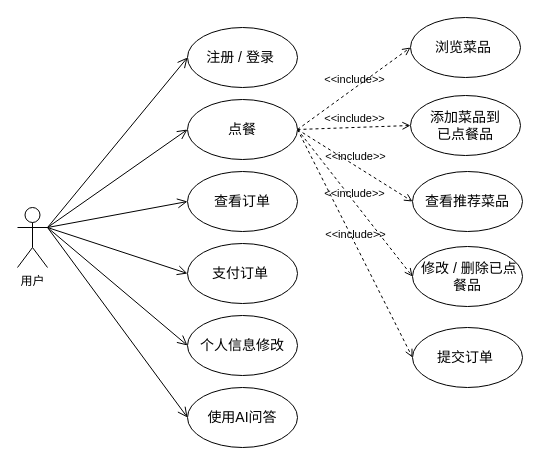
Above: page "用户用例图" (6 of 18) of main.drawio in bzerozero7/test (draw.io), before the change. Source tidied: cells renumbered, new cells numbered last; positions are measured from the earlier drawing's top-left corner, leaving out a move shared by most shapes. Both pictures are drawn from the tidied source at 100%, with x=0, y=0 at pixel (17, 17).
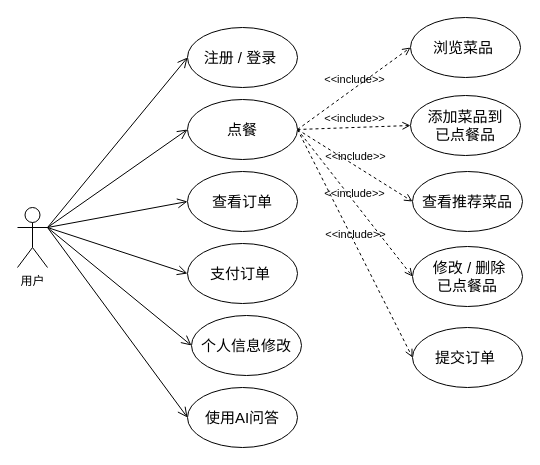
After the change.

Diff of the diagram source:
```diff
@@
-    <mxCell id="3" value="&lt;div&gt;&lt;span style=&quot;background-color: transparent; color: light-dark(rgb(0, 0, 0), rgb(255, 255, 255));&quot;&gt;&lt;font style=&quot;font-size: 14px;&quot;&gt;添加菜品到&lt;/font&gt;&lt;/span&gt;&lt;/div&gt;&lt;div&gt;&lt;span style=&quot;background-color: transparent; color: light-dark(rgb(0, 0, 0), rgb(255, 255, 255));&quot;&gt;&lt;font style=&quot;font-size: 14px;&quot;&gt;已点餐品&lt;/font&gt;&lt;/span&gt;&lt;/div&gt;" style="ellipse;whiteSpace=wrap;html=1;flipV=0;flipH=0;" parent="1" vertex="1">
+    <mxCell id="3" value="&lt;div&gt;&lt;span style=&quot;background-color: transparent; color: light-dark(rgb(0, 0, 0), rgb(255, 255, 255));&quot;&gt;&lt;font style=&quot;font-size: 15px;&quot;&gt;添加菜品到&lt;/font&gt;&lt;/span&gt;&lt;/div&gt;&lt;div&gt;&lt;span style=&quot;background-color: transparent; color: light-dark(rgb(0, 0, 0), rgb(255, 255, 255));&quot;&gt;&lt;font style=&quot;font-size: 15px;&quot;&gt;已点餐品&lt;/font&gt;&lt;/span&gt;&lt;/div&gt;" style="ellipse;whiteSpace=wrap;html=1;flipV=0;flipH=0;" parent="1" vertex="1">
       <mxGeometry x="393" y="78" width="110" height="60" as="geometry" />
     </mxCell>
@@
-    <mxCell id="15" value="&lt;font style=&quot;font-size: 14px;&quot;&gt;&lt;font style=&quot;&quot;&gt;注册 / 登录&lt;/font&gt;&amp;nbsp;&lt;/font&gt;" style="ellipse;whiteSpace=wrap;html=1;verticalAlign=middle;" parent="1" vertex="1">
+    <mxCell id="15" value="&lt;font style=&quot;font-size: 15px;&quot;&gt;&lt;font style=&quot;&quot;&gt;注册 / 登录&lt;/font&gt;&amp;nbsp;&lt;/font&gt;" style="ellipse;whiteSpace=wrap;html=1;verticalAlign=middle;" parent="1" vertex="1">
       <mxGeometry x="170" y="10" width="110" height="60" as="geometry" />
     </mxCell>
-    <mxCell id="16" value="&lt;span style=&quot;font-size: 14px;&quot;&gt;&amp;nbsp;修改 / 删除已点餐品&lt;/span&gt;" style="ellipse;whiteSpace=wrap;html=1;flipV=0;flipH=0;" parent="1" vertex="1">
+    <mxCell id="16" value="&lt;font style=&quot;font-size: 15px;&quot;&gt;&amp;nbsp;修改 / 删除&lt;/font&gt;&lt;div&gt;&lt;font style=&quot;font-size: 15px;&quot;&gt;已点餐品&lt;/font&gt;&lt;/div&gt;" style="ellipse;whiteSpace=wrap;html=1;flipV=0;flipH=0;" parent="1" vertex="1">
       <mxGeometry x="395" y="229" width="110" height="60" as="geometry" />
     </mxCell>
-    <mxCell id="17" value="&lt;font style=&quot;font-size: 14px;&quot;&gt;点餐&lt;/font&gt;" style="ellipse;whiteSpace=wrap;html=1;verticalAlign=middle;" parent="1" vertex="1">
+    <mxCell id="17" value="&lt;font style=&quot;font-size: 15px;&quot;&gt;点餐&lt;/font&gt;" style="ellipse;whiteSpace=wrap;html=1;verticalAlign=middle;" parent="1" vertex="1">
       <mxGeometry x="170" y="82" width="110" height="60" as="geometry" />
     </mxCell>
-    <mxCell id="18" value="&lt;span style=&quot;font-size: 14px;&quot;&gt;&amp;nbsp;查看推荐菜品&amp;nbsp;&lt;/span&gt;" style="ellipse;whiteSpace=wrap;html=1;flipV=0;flipH=0;" parent="1" vertex="1">
+    <mxCell id="18" value="&lt;font style=&quot;font-size: 15px;&quot;&gt;&amp;nbsp;查看推荐菜品&amp;nbsp;&lt;/font&gt;" style="ellipse;whiteSpace=wrap;html=1;flipV=0;flipH=0;" parent="1" vertex="1">
       <mxGeometry x="395" y="154" width="110" height="60" as="geometry" />
     </mxCell>
-    <mxCell id="19" value="&lt;span style=&quot;font-size: 14px;&quot;&gt;个人信息修改&lt;/span&gt;" style="ellipse;whiteSpace=wrap;html=1;verticalAlign=middle;" parent="1" vertex="1">
-      <mxGeometry x="170" y="298" width="110" height="60" as="geometry" />
+    <mxCell id="19" value="&lt;font style=&quot;font-size: 15px;&quot;&gt;个人信息修改&lt;/font&gt;" style="ellipse;whiteSpace=wrap;html=1;verticalAlign=middle;" parent="1" vertex="1">
+      <mxGeometry x="174" y="298" width="110" height="60" as="geometry" />
     </mxCell>
-    <mxCell id="20" value="&lt;span style=&quot;font-size: 14px;&quot;&gt;支付订单&amp;nbsp;&lt;/span&gt;" style="ellipse;whiteSpace=wrap;html=1;align=center;verticalAlign=middle;" parent="1" vertex="1">
+    <mxCell id="20" value="&lt;font style=&quot;font-size: 15px;&quot;&gt;支付订单&amp;nbsp;&lt;/font&gt;" style="ellipse;whiteSpace=wrap;html=1;align=center;verticalAlign=middle;" parent="1" vertex="1">
       <mxGeometry x="170" y="226" width="110" height="60" as="geometry" />
     </mxCell>
-    <mxCell id="21" value="&lt;span style=&quot;font-size: 14px;&quot;&gt;使用AI问答&lt;/span&gt;" style="ellipse;whiteSpace=wrap;html=1;verticalAlign=middle;" parent="1" vertex="1">
+    <mxCell id="21" value="&lt;font style=&quot;font-size: 15px;&quot;&gt;使用AI问答&lt;/font&gt;" style="ellipse;whiteSpace=wrap;html=1;verticalAlign=middle;" parent="1" vertex="1">
       <mxGeometry x="170" y="370" width="110" height="60" as="geometry" />
     </mxCell>
-    <mxCell id="22" value="&lt;span style=&quot;font-size: 14px;&quot;&gt;&amp;nbsp;浏览菜品&amp;nbsp;&amp;nbsp;&lt;/span&gt;" style="ellipse;whiteSpace=wrap;html=1;flipV=0;flipH=0;" parent="1" vertex="1">
+    <mxCell id="22" value="&lt;font style=&quot;font-size: 15px;&quot;&gt;&amp;nbsp;浏览菜品&amp;nbsp;&amp;nbsp;&lt;/font&gt;" style="ellipse;whiteSpace=wrap;html=1;flipV=0;flipH=0;" parent="1" vertex="1">
       <mxGeometry x="393" width="110" height="60" as="geometry" />
     </mxCell>
-    <mxCell id="23" value="&lt;span style=&quot;font-size: 14px;&quot;&gt;查看订单&lt;/span&gt;" style="ellipse;whiteSpace=wrap;html=1;verticalAlign=middle;" parent="1" vertex="1">
+    <mxCell id="23" value="&lt;font style=&quot;font-size: 15px;&quot;&gt;查看订单&lt;/font&gt;" style="ellipse;whiteSpace=wrap;html=1;verticalAlign=middle;" parent="1" vertex="1">
       <mxGeometry x="170" y="154" width="110" height="60" as="geometry" />
     </mxCell>
-    <mxCell id="24" value="&lt;span style=&quot;font-size: 14px;&quot;&gt;提交订单&amp;nbsp;&lt;/span&gt;" style="ellipse;whiteSpace=wrap;html=1;flipV=0;flipH=0;" parent="1" vertex="1">
+    <mxCell id="24" value="&lt;font style=&quot;font-size: 15px;&quot;&gt;提交订单&amp;nbsp;&lt;/font&gt;" style="ellipse;whiteSpace=wrap;html=1;flipV=0;flipH=0;" parent="1" vertex="1">
       <mxGeometry x="395" y="310" width="110" height="60" as="geometry" />
     </mxCell>
```
